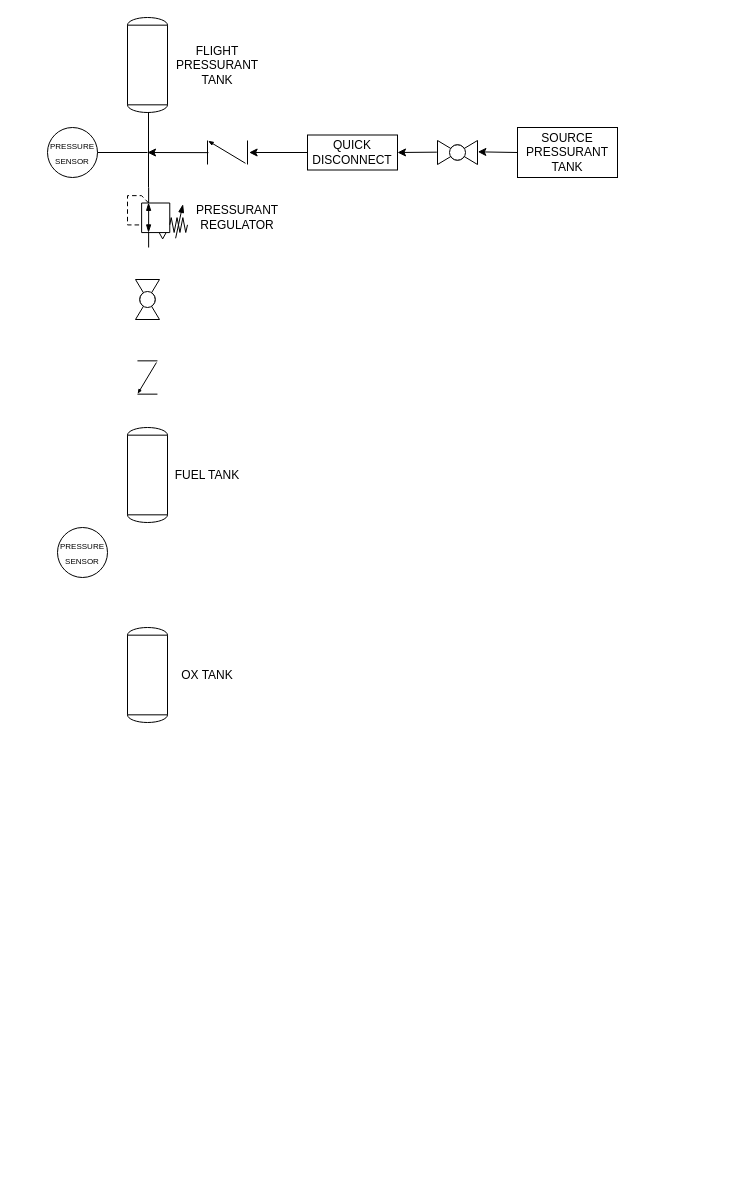
jaredhumphreys3141/ZEPHYR-X1000 keeps this draw.io diagram as ZEPHYR-X1000 STACKED TANKS.drawio. Above is the earlier version. Source tidied: cells renumbered, new cells numbered last; positions are measured from the earlier drawing's top-left corner, leaving out a move shared by most shapes. Both pictures are drawn from the tidied source at 100%, with x=0, y=0 at pixel (47, 17).
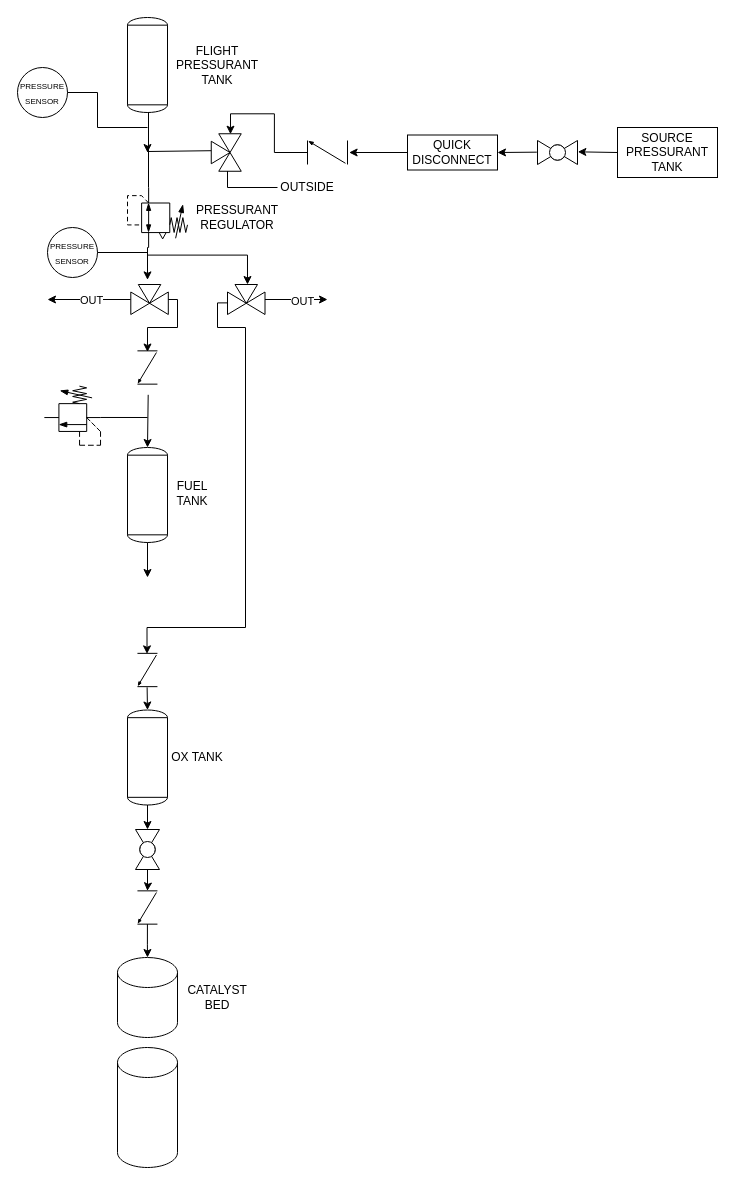
Above is the later version.

Unchanged cells that the change refers to:
```xml
<mxCell id="11" style="verticalLabelPosition=bottom;html=1;verticalAlign=top;fillColor=strokeColor;align=center;outlineConnect=0;shape=mxgraph.fluid_power.x10540;points=[[0.35,0,0],[0.35,1,0]];" parent="1" vertex="1">
  <mxGeometry x="80" y="170" width="60" height="60" as="geometry" />
</mxCell>
<mxCell id="21" style="ellipse;whiteSpace=wrap;html=1;" parent="20" vertex="1">
  <mxGeometry width="50" height="50" as="geometry" />
</mxCell>
<mxCell id="25" style="ellipse;whiteSpace=wrap;html=1;" parent="24" vertex="1">
  <mxGeometry width="50" height="50" as="geometry" />
</mxCell>
```

Change to the diagram source:
```diff
@@
-    <mxCell id="3" style="verticalLabelPosition=bottom;align=center;html=1;verticalAlign=top;dashed=0;shape=mxgraph.pid2valves.valve;valveType=check;rotation=-180;" parent="1" vertex="1">
-      <mxGeometry x="160" y="123" width="40" height="24" as="geometry" />
-    </mxCell>
@@
-    <mxCell id="5" style="endArrow=classic;html=1;rounded=0;exitX=0.977;exitY=0.494;exitDx=0;exitDy=0;exitPerimeter=0;edgeStyle=elbowEdgeStyle;elbow=vertical;" parent="1" edge="1" source="3">
+    <mxCell id="5" style="endArrow=classic;html=1;rounded=0;exitX=0.452;exitY=0.978;exitDx=0;exitDy=0;exitPerimeter=0;edgeStyle=elbowEdgeStyle;elbow=vertical;" parent="1" edge="1" source="47">
       <mxGeometry relative="1" as="geometry">
         <mxPoint x="100" y="135" as="targetPoint" />
       </mxGeometry>
     </mxCell>
-    <mxCell id="6" value="QUICK DISCONNECT" style="rounded=0;whiteSpace=wrap;html=1;" parent="1" vertex="1">
-      <mxGeometry x="260" y="117.5" width="90" height="35" as="geometry" />
-    </mxCell>
-    <mxCell id="7" style="endArrow=classic;html=1;rounded=0;entryX=-0.04;entryY=0.467;entryDx=0;entryDy=0;entryPerimeter=0;exitX=0;exitY=0.5;exitDx=0;exitDy=0;edgeStyle=elbowEdgeStyle;elbow=vertical;" parent="1" edge="1" source="6" target="3">
-      <mxGeometry relative="1" as="geometry" />
-    </mxCell>
-    <mxCell id="8" value="SOURCE PRESSURANT TANK" style="rounded=0;whiteSpace=wrap;html=1;" parent="1" vertex="1">
-      <mxGeometry x="470" y="110" width="100" height="50" as="geometry" />
-    </mxCell>
-    <mxCell id="9" style="endArrow=classic;html=1;rounded=0;exitX=0;exitY=0.5;exitDx=0;exitDy=0;entryX=-0.008;entryY=0.528;entryDx=0;entryDy=0;entryPerimeter=0;" parent="1" edge="1" source="8" target="27">
-      <mxGeometry relative="1" as="geometry" />
-    </mxCell>
@@
+    <mxCell id="29" style="edgeStyle=orthogonalEdgeStyle;rounded=0;jettySize=auto;html=1;" parent="1" edge="1" source="13" target="41">
+      <mxGeometry relative="1" as="geometry" />
+    </mxCell>
     <mxCell id="13" style="shape=mxgraph.pid.vessels.tank;html=1;align=center;verticalLabelPosition=bottom;verticalAlign=top;dashed=0;" parent="1" vertex="1">
-      <mxGeometry x="80" y="610" width="40" height="95" as="geometry" />
+      <mxGeometry x="80" y="692.5" width="40" height="95" as="geometry" />
     </mxCell>
     <mxCell id="14" value="OX TANK" style="text;html=1;whiteSpace=wrap;strokeColor=none;fillColor=none;align=center;verticalAlign=middle;rounded=0;" parent="1" vertex="1">
-      <mxGeometry x="130" y="642.5" width="60" height="30" as="geometry" />
+      <mxGeometry x="120" y="725" width="60" height="30" as="geometry" />
     </mxCell>
-    <mxCell id="15" style="verticalLabelPosition=bottom;align=center;html=1;verticalAlign=top;dashed=0;shape=mxgraph.pid2valves.valve;valveType=check;rotation=90;" parent="1" vertex="1">
-      <mxGeometry x="83.3" y="350" width="33.3" height="20" as="geometry" />
-    </mxCell>
     <mxCell id="16" style="group;" parent="1" vertex="1">
-      <mxGeometry x="80" y="410" width="120" height="95" as="geometry" />
+      <mxGeometry x="80" y="410" width="120" height="115" as="geometry" />
     </mxCell>
     <mxCell id="17" style="shape=mxgraph.pid.vessels.tank;html=1;align=center;verticalLabelPosition=bottom;verticalAlign=top;dashed=0;" parent="16" vertex="1">
-      <mxGeometry width="40" height="95" as="geometry" />
+      <mxGeometry y="20" width="40" height="95" as="geometry" />
     </mxCell>
     <mxCell id="18" value="FUEL TANK" style="text;html=1;whiteSpace=wrap;strokeColor=none;fillColor=none;align=center;verticalAlign=middle;rounded=0;" parent="16" vertex="1">
-      <mxGeometry x="40" y="32.5" width="80" height="30" as="geometry" />
+      <mxGeometry x="40" y="52.5" width="50" height="27.5" as="geometry" />
     </mxCell>
-    <mxCell id="19" style="verticalLabelPosition=bottom;align=center;html=1;verticalAlign=top;dashed=0;shape=mxgraph.pid2valves.valve;valveType=ball;rotation=-90;" parent="1" vertex="1">
-      <mxGeometry x="80" y="270" width="40" height="24" as="geometry" />
-    </mxCell>
+    <mxCell id="30" style="endArrow=classic;html=1;rounded=0;exitX=0.5;exitY=1;exitDx=0;exitDy=0;exitPerimeter=0;" parent="16" edge="1" source="17">
+      <mxGeometry relative="1" as="geometry">
+        <mxPoint x="20" y="150" as="targetPoint" />
+      </mxGeometry>
+    </mxCell>
     <mxCell id="20" style="group;" parent="1" vertex="1">
-      <mxGeometry y="110" width="50" height="50" as="geometry" />
+      <mxGeometry x="-30" y="50" width="50" height="50" as="geometry" />
     </mxCell>
@@
-    <mxCell id="23" style="endArrow=none;html=1;rounded=0;exitX=1;exitY=0.5;exitDx=0;exitDy=0;" parent="1" edge="1" source="21">
+    <mxCell id="23" style="endArrow=none;html=1;rounded=0;exitX=1;exitY=0.5;exitDx=0;exitDy=0;edgeStyle=orthogonalEdgeStyle;" parent="1" edge="1" source="21">
       <mxGeometry relative="1" as="geometry">
-        <mxPoint x="100" y="135" as="targetPoint" />
+        <mxPoint x="100" y="110" as="targetPoint" />
+        <Array as="points">
+          <mxPoint x="50" y="75" />
+          <mxPoint x="50" y="110" />
+        </Array>
       </mxGeometry>
     </mxCell>
     <mxCell id="24" style="group;" parent="1" vertex="1">
-      <mxGeometry x="10" y="510" width="50" height="50" as="geometry" />
+      <mxGeometry y="210" width="50" height="50" as="geometry" />
     </mxCell>
@@
+    <mxCell id="31" style="endArrow=classic;html=1;rounded=0;exitX=0.35;exitY=1;exitDx=0;exitDy=0;exitPerimeter=0;entryX=0.989;entryY=0.492;entryDx=0;entryDy=0;entryPerimeter=0;edgeStyle=elbowEdgeStyle;" parent="1" edge="1" source="11">
+      <mxGeometry relative="1" as="geometry">
+        <mxPoint x="99.8" y="262.4" as="targetPoint" />
+      </mxGeometry>
+    </mxCell>
+    <mxCell id="32" style="endArrow=classic;html=1;rounded=0;exitX=1.02;exitY=0.467;exitDx=0;exitDy=0;exitPerimeter=0;entryX=0.5;entryY=0;entryDx=0;entryDy=0;entryPerimeter=0;edgeStyle=elbowEdgeStyle;" parent="1" edge="1" target="17">
+      <mxGeometry relative="1" as="geometry">
+        <mxPoint x="100.7" y="377.3" as="sourcePoint" />
+      </mxGeometry>
+    </mxCell>
+    <mxCell id="33" style="endArrow=none;html=1;rounded=0;entryX=1;entryY=0.5;entryDx=0;entryDy=0;" parent="1" edge="1" target="25">
+      <mxGeometry relative="1" as="geometry">
+        <mxPoint x="100" y="235" as="sourcePoint" />
+      </mxGeometry>
+    </mxCell>
+    <mxCell id="34" style="endArrow=classic;html=1;rounded=0;edgeStyle=elbowEdgeStyle;elbow=vertical;entryX=0.467;entryY=1;entryDx=0;entryDy=0;entryPerimeter=0;" parent="1" edge="1" target="60">
+      <mxGeometry relative="1" as="geometry">
+        <mxPoint x="99.7" y="237.6" as="sourcePoint" />
+        <Array as="points">
+          <mxPoint x="149.7" y="237.6" />
+        </Array>
+      </mxGeometry>
+    </mxCell>
+    <mxCell id="35" style="verticalLabelPosition=bottom;align=center;html=1;verticalAlign=top;dashed=0;shape=mxgraph.pid2valves.valve;valveType=check;rotation=90;" parent="1" vertex="1">
+      <mxGeometry x="83.3" y="642.5" width="33.3" height="20" as="geometry" />
+    </mxCell>
+    <mxCell id="36" style="endArrow=classic;html=1;rounded=0;edgeStyle=orthogonalEdgeStyle;entryX=0.016;entryY=0.521;entryDx=0;entryDy=0;entryPerimeter=0;exitX=1.013;exitY=0.387;exitDx=0;exitDy=0;exitPerimeter=0;" parent="1" edge="1" source="60" target="35">
+      <mxGeometry relative="1" as="geometry">
+        <Array as="points">
+          <mxPoint x="170" y="285" />
+          <mxPoint x="170" y="310" />
+          <mxPoint x="198" y="310" />
+          <mxPoint x="198" y="610" />
+          <mxPoint x="100" y="610" />
+        </Array>
+      </mxGeometry>
+    </mxCell>
+    <mxCell id="37" style="endArrow=classic;html=1;rounded=0;exitX=1.02;exitY=0.517;exitDx=0;exitDy=0;exitPerimeter=0;entryX=0.5;entryY=0;entryDx=0;entryDy=0;entryPerimeter=0;" parent="1" edge="1" source="35" target="13">
+      <mxGeometry relative="1" as="geometry" />
+    </mxCell>
+    <mxCell id="38" style="shape=cylinder3;whiteSpace=wrap;html=1;boundedLbl=1;backgroundOutline=1;size=15;" parent="1" vertex="1">
+      <mxGeometry x="70" y="940" width="60" height="80" as="geometry" />
+    </mxCell>
+    <mxCell id="39" style="shape=cylinder3;whiteSpace=wrap;html=1;boundedLbl=1;backgroundOutline=1;size=15;" parent="1" vertex="1">
+      <mxGeometry x="70" y="1030" width="60" height="120" as="geometry" />
+    </mxCell>
+    <mxCell id="40" style="edgeStyle=orthogonalEdgeStyle;rounded=0;jettySize=auto;html=1;" parent="1" edge="1" source="41" target="43">
+      <mxGeometry relative="1" as="geometry" />
+    </mxCell>
+    <mxCell id="41" style="verticalLabelPosition=bottom;align=center;html=1;verticalAlign=top;dashed=0;shape=mxgraph.pid2valves.valve;valveType=ball;rotation=-90;" parent="1" vertex="1">
+      <mxGeometry x="80" y="820" width="40" height="24" as="geometry" />
+    </mxCell>
+    <mxCell id="42" style="edgeStyle=orthogonalEdgeStyle;rounded=0;jettySize=auto;html=1;" parent="1" edge="1" source="43" target="38">
+      <mxGeometry relative="1" as="geometry" />
+    </mxCell>
+    <mxCell id="43" style="verticalLabelPosition=bottom;align=center;html=1;verticalAlign=top;dashed=0;shape=mxgraph.pid2valves.valve;valveType=check;rotation=90;" parent="1" vertex="1">
+      <mxGeometry x="83.3" y="880" width="33.3" height="20" as="geometry" />
+    </mxCell>
+    <mxCell id="44" value="CATALYST BED" style="text;html=1;whiteSpace=wrap;strokeColor=none;fillColor=none;align=center;verticalAlign=middle;rounded=0;" parent="1" vertex="1">
+      <mxGeometry x="140" y="965" width="60" height="30" as="geometry" />
+    </mxCell>
+    <mxCell id="45" style="verticalLabelPosition=bottom;html=1;verticalAlign=top;fillColor=strokeColor;align=center;outlineConnect=0;shape=mxgraph.fluid_power.x10500;points=[[0.47,0,0],[0.47,1,0]];rotation=-90;" parent="1" vertex="1">
+      <mxGeometry x="-4.5" y="370" width="59.1" height="56.4" as="geometry" />
+    </mxCell>
+    <mxCell id="46" style="endArrow=none;html=1;rounded=0;exitX=0.47;exitY=1;exitDx=0;exitDy=0;exitPerimeter=0;" parent="1" edge="1" source="45">
+      <mxGeometry relative="1" as="geometry">
+        <mxPoint x="100" y="400" as="targetPoint" />
+      </mxGeometry>
+    </mxCell>
+    <mxCell id="47" style="verticalLabelPosition=bottom;align=center;html=1;verticalAlign=top;dashed=0;shape=mxgraph.pid2valves.valve;valveType=threeWay;actuator=none;rotation=90;" parent="1" vertex="1">
+      <mxGeometry x="160" y="120" width="37.5" height="30" as="geometry" />
+    </mxCell>
+    <mxCell id="48" style="group;" parent="1" vertex="1">
+      <mxGeometry x="260" y="110" width="410" height="50" as="geometry" />
+    </mxCell>
+    <mxCell id="3" style="verticalLabelPosition=bottom;align=center;html=1;verticalAlign=top;dashed=0;shape=mxgraph.pid2valves.valve;valveType=check;rotation=-180;" parent="48" vertex="1">
+      <mxGeometry y="13" width="40" height="24" as="geometry" />
+    </mxCell>
+    <mxCell id="7" style="endArrow=classic;html=1;rounded=0;entryX=-0.04;entryY=0.467;entryDx=0;entryDy=0;entryPerimeter=0;exitX=0;exitY=0.5;exitDx=0;exitDy=0;edgeStyle=elbowEdgeStyle;elbow=vertical;" parent="48" edge="1" source="6" target="3">
+      <mxGeometry relative="1" as="geometry" />
+    </mxCell>
+    <mxCell id="49" style="group;" parent="48" vertex="1">
+      <mxGeometry x="100" width="310" height="50" as="geometry" />
+    </mxCell>
+    <mxCell id="6" value="QUICK DISCONNECT" style="rounded=0;whiteSpace=wrap;html=1;" parent="49" vertex="1">
+      <mxGeometry y="7.5" width="90" height="35" as="geometry" />
+    </mxCell>
+    <mxCell id="8" value="SOURCE PRESSURANT TANK" style="rounded=0;whiteSpace=wrap;html=1;" parent="49" vertex="1">
+      <mxGeometry x="210" width="100" height="50" as="geometry" />
+    </mxCell>
+    <mxCell id="9" style="endArrow=classic;html=1;rounded=0;exitX=0;exitY=0.5;exitDx=0;exitDy=0;entryX=-0.008;entryY=0.528;entryDx=0;entryDy=0;entryPerimeter=0;" parent="49" edge="1" source="8" target="27">
+      <mxGeometry relative="1" as="geometry" />
+    </mxCell>
-    <mxCell id="27" style="verticalLabelPosition=bottom;align=center;html=1;verticalAlign=top;dashed=0;shape=mxgraph.pid2valves.valve;valveType=ball;rotation=-180;" parent="1" vertex="1">
-      <mxGeometry x="390" y="123" width="40" height="24" as="geometry" />
+    <mxCell id="27" style="verticalLabelPosition=bottom;align=center;html=1;verticalAlign=top;dashed=0;shape=mxgraph.pid2valves.valve;valveType=ball;rotation=-180;" parent="49" vertex="1">
+      <mxGeometry x="130" y="13" width="40" height="24" as="geometry" />
     </mxCell>
-    <mxCell id="28" style="endArrow=classic;html=1;rounded=0;exitX=1.017;exitY=0.514;exitDx=0;exitDy=0;entryX=1;entryY=0.5;entryDx=0;entryDy=0;exitPerimeter=0;" parent="1" edge="1" source="27" target="6">
+    <mxCell id="28" style="endArrow=classic;html=1;rounded=0;exitX=1.017;exitY=0.514;exitDx=0;exitDy=0;entryX=1;entryY=0.5;entryDx=0;entryDy=0;exitPerimeter=0;" parent="49" edge="1" source="27" target="6">
       <mxGeometry relative="1" as="geometry" />
     </mxCell>
+    <mxCell id="50" style="edgeStyle=orthogonalEdgeStyle;rounded=0;jettySize=auto;html=1;entryX=0.012;entryY=0.359;entryDx=0;entryDy=0;entryPerimeter=0;" parent="1" edge="1" source="3" target="47">
+      <mxGeometry relative="1" as="geometry" />
+    </mxCell>
+    <mxCell id="51" style="endArrow=none;html=1;rounded=0;entryX=0.994;entryY=0.463;entryDx=0;entryDy=0;entryPerimeter=0;edgeStyle=elbowEdgeStyle;" parent="1" edge="1" target="47">
+      <mxGeometry relative="1" as="geometry">
+        <mxPoint x="230" y="170" as="sourcePoint" />
+        <Array as="points">
+          <mxPoint x="180" y="160" />
+        </Array>
+      </mxGeometry>
+    </mxCell>
+    <mxCell id="52" value="OUTSIDE" style="text;html=1;whiteSpace=wrap;strokeColor=none;fillColor=none;align=center;verticalAlign=middle;rounded=0;" parent="1" vertex="1">
+      <mxGeometry x="230" y="155" width="60" height="30" as="geometry" />
+    </mxCell>
+    <mxCell id="53" style="verticalLabelPosition=bottom;align=center;html=1;verticalAlign=top;dashed=0;shape=mxgraph.pid2valves.valve;valveType=check;rotation=90;" parent="1" vertex="1">
+      <mxGeometry x="83.3" y="340" width="33.3" height="20" as="geometry" />
+    </mxCell>
+    <mxCell id="54" style="edgeStyle=orthogonalEdgeStyle;rounded=0;jettySize=auto;html=1;" parent="1" edge="1" source="56">
+      <mxGeometry relative="1" as="geometry">
+        <mxPoint y="282" as="targetPoint" />
+      </mxGeometry>
+    </mxCell>
+    <mxCell id="55" value="OUT" style="edgeLabel;html=1;align=center;verticalAlign=middle;" parent="54" vertex="1">
+      <mxGeometry x="0.35" y="1" relative="1" as="geometry">
+        <mxPoint x="17" y="-1" as="offset" />
+      </mxGeometry>
+    </mxCell>
+    <mxCell id="56" style="verticalLabelPosition=bottom;align=center;html=1;verticalAlign=top;dashed=0;shape=mxgraph.pid2valves.valve;valveType=threeWay;actuator=none;rotation=-180;" parent="1" vertex="1">
+      <mxGeometry x="83.3" y="267" width="37.5" height="30" as="geometry" />
+    </mxCell>
+    <mxCell id="57" style="edgeStyle=orthogonalEdgeStyle;rounded=0;jettySize=auto;html=1;entryX=0.035;entryY=0.498;entryDx=0;entryDy=0;entryPerimeter=0;" parent="1" edge="1" source="56" target="53">
+      <mxGeometry relative="1" as="geometry">
+        <Array as="points">
+          <mxPoint x="130" y="282" />
+          <mxPoint x="130" y="310" />
+          <mxPoint x="100" y="310" />
+        </Array>
+      </mxGeometry>
+    </mxCell>
+    <mxCell id="58" style="edgeStyle=orthogonalEdgeStyle;rounded=0;jettySize=auto;html=1;" parent="1" edge="1" source="60">
+      <mxGeometry relative="1" as="geometry">
+        <mxPoint x="280" y="282" as="targetPoint" />
+      </mxGeometry>
+    </mxCell>
+    <mxCell id="59" value="OUT" style="edgeLabel;html=1;align=center;verticalAlign=middle;" parent="58" vertex="1">
+      <mxGeometry x="0.22" relative="1" as="geometry">
+        <mxPoint y="1" as="offset" />
+      </mxGeometry>
+    </mxCell>
+    <mxCell id="60" style="verticalLabelPosition=bottom;align=center;html=1;verticalAlign=top;dashed=0;shape=mxgraph.pid2valves.valve;valveType=threeWay;actuator=none;rotation=-180;" parent="1" vertex="1">
+      <mxGeometry x="180" y="267" width="37.5" height="30" as="geometry" />
+    </mxCell>
```
